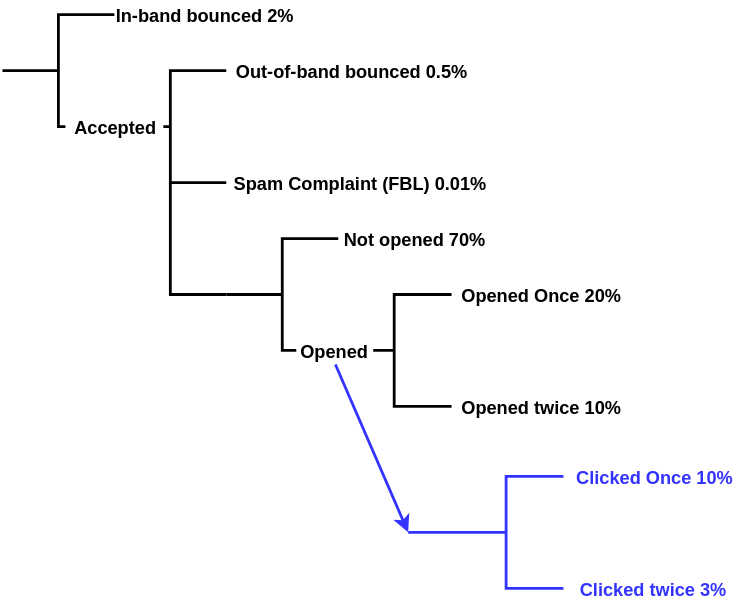
This is bouncy-sink-statistical-model.svg from SparkPost/bouncy-sink, a draw.io export, as it was before one commit. Source tidied: cells renumbered, new cells last; positions are measured from the earlier drawing's top-left corner, leaving out a move shared by most shapes. Its diagram source:
```xml
<mxGraphModel background="#ffffff">
  <root>
    <mxCell id="0" />
    <mxCell id="1" parent="0" />
    <mxCell id="2" style="strokeWidth=2;html=1;shape=mxgraph.flowchart.annotation_2;align=left;fontSize=13;fontStyle=1;" parent="1" vertex="1">
      <mxGeometry x="210" y="210" width="140" height="80" as="geometry" />
    </mxCell>
    <mxCell id="3" style="strokeWidth=2;html=1;shape=mxgraph.flowchart.annotation_2;align=left;fontSize=13;fontStyle=1;" parent="1" vertex="1">
      <mxGeometry y="10" width="80" height="80" as="geometry" />
    </mxCell>
    <mxCell id="4" style="strokeWidth=2;html=1;shape=mxgraph.flowchart.annotation_2;align=right;labelPosition=left;verticalLabelPosition=middle;verticalAlign=middle;fontSize=13;fontStyle=1;" parent="1" vertex="1">
      <mxGeometry x="80" y="50" width="80" height="80" as="geometry" />
    </mxCell>
    <mxCell id="5" value="&lt;span style=&quot;font-size: 13px;&quot;&gt;In-band bounced&amp;nbsp;&lt;/span&gt;2%" style="text;html=1;strokeColor=none;fillColor=none;align=center;verticalAlign=middle;whiteSpace=wrap;rounded=0;labelPosition=center;verticalLabelPosition=middle;fontSize=13;fontStyle=1;" parent="1" vertex="1">
      <mxGeometry x="80" width="130" height="20" as="geometry" />
    </mxCell>
    <mxCell id="6" style="endArrow=none;html=1;strokeWidth=2;fontSize=13;entryX=0.5;entryY=1;entryPerimeter=0;rounded=0;fontStyle=1;" parent="1" edge="1" target="4">
      <mxGeometry relative="1" as="geometry">
        <mxPoint x="120" y="210" as="sourcePoint" />
        <Array as="points">
          <mxPoint x="160" y="210" />
          <mxPoint x="120" y="210" />
        </Array>
      </mxGeometry>
    </mxCell>
    <mxCell id="7" value="Accepted" style="text;html=1;strokeColor=none;fillColor=#ffffff;align=center;verticalAlign=middle;whiteSpace=wrap;rounded=0;fontSize=13;fontStyle=1;" parent="1" vertex="1">
      <mxGeometry x="45" y="80" width="70" height="20" as="geometry" />
    </mxCell>
    <mxCell id="8" value="&lt;span style=&quot;font-size: 13px;&quot;&gt;Out-of-band bounced 0.5&lt;/span&gt;%" style="text;html=1;strokeColor=none;fillColor=none;align=center;verticalAlign=middle;whiteSpace=wrap;rounded=0;labelPosition=center;verticalLabelPosition=middle;fontSize=13;fontStyle=1;" parent="1" vertex="1">
      <mxGeometry x="160" y="40" width="180" height="20" as="geometry" />
    </mxCell>
    <mxCell id="9" value="&lt;span style=&quot;font-size: 13px;&quot;&gt;Spam Complaint (FBL) 0.01&lt;/span&gt;%" style="text;html=1;strokeColor=none;fillColor=none;align=center;verticalAlign=middle;whiteSpace=wrap;rounded=0;labelPosition=center;verticalLabelPosition=middle;fontSize=13;fontStyle=1;" parent="1" vertex="1">
      <mxGeometry x="160" y="120" width="190" height="20" as="geometry" />
    </mxCell>
    <mxCell id="10" style="strokeWidth=2;html=1;shape=mxgraph.flowchart.annotation_2;align=left;fontSize=13;fontStyle=1;" parent="1" vertex="1">
      <mxGeometry x="160" y="170" width="80" height="80" as="geometry" />
    </mxCell>
    <mxCell id="11" value="Opened Once 20%" style="text;html=1;strokeColor=none;fillColor=#ffffff;align=center;verticalAlign=middle;whiteSpace=wrap;rounded=0;fontSize=13;fontStyle=1;" parent="1" vertex="1">
      <mxGeometry x="321" y="200" width="129" height="20" as="geometry" />
    </mxCell>
    <mxCell id="12" value="Not opened 70%" style="text;html=1;strokeColor=none;fillColor=none;align=center;verticalAlign=middle;whiteSpace=wrap;rounded=0;labelPosition=center;verticalLabelPosition=middle;fontSize=13;fontStyle=1;" parent="1" vertex="1">
      <mxGeometry x="240" y="160" width="110" height="20" as="geometry" />
    </mxCell>
    <mxCell id="13" value="Opened twice 10%&lt;br&gt;" style="text;html=1;strokeColor=none;fillColor=#ffffff;align=center;verticalAlign=middle;whiteSpace=wrap;rounded=0;fontSize=13;fontStyle=1;" parent="1" vertex="1">
      <mxGeometry x="321" y="280" width="129" height="20" as="geometry" />
    </mxCell>
    <mxCell id="14" value="Opened&lt;br&gt;" style="text;html=1;strokeColor=none;fillColor=#ffffff;align=center;verticalAlign=middle;whiteSpace=wrap;rounded=0;fontSize=13;fontStyle=1;" parent="1" vertex="1">
      <mxGeometry x="210" y="240" width="55" height="20" as="geometry" />
    </mxCell>
    <mxCell id="15" style="strokeWidth=2;html=1;shape=mxgraph.flowchart.annotation_2;align=left;fontSize=13;strokeColor=#3333FF;fontStyle=1;" parent="1" vertex="1">
      <mxGeometry x="290" y="340" width="140" height="80" as="geometry" />
    </mxCell>
    <mxCell id="16" value="Clicked Once 10%" style="text;html=1;strokeColor=none;fillColor=#ffffff;align=center;verticalAlign=middle;whiteSpace=wrap;rounded=0;fontSize=13;fontColor=#3333FF;fontStyle=1;" parent="1" vertex="1">
      <mxGeometry x="401" y="330" width="129" height="20" as="geometry" />
    </mxCell>
    <mxCell id="17" value="Clicked twice 3%&lt;br&gt;" style="text;html=1;strokeColor=none;fillColor=#ffffff;align=center;verticalAlign=middle;whiteSpace=wrap;rounded=0;fontSize=13;fontColor=#3333FF;fontStyle=1;" parent="1" vertex="1">
      <mxGeometry x="401" y="410" width="129" height="20" as="geometry" />
    </mxCell>
    <mxCell id="18" style="endArrow=classic;html=1;strokeWidth=2;fontSize=13;exitX=0.5;exitY=1;entryX=0;entryY=0.5;entryPerimeter=0;strokeColor=#3333FF;fontStyle=1;" parent="1" edge="1" source="14" target="15">
      <mxGeometry relative="1" as="geometry" />
    </mxCell>
  </root>
</mxGraphModel>
```
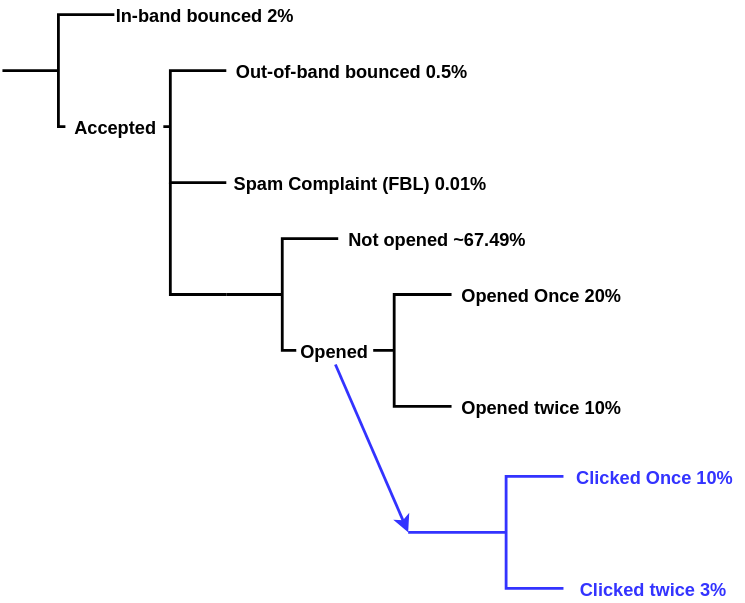
The same diagram one commit later.

The edit, as a diff of the source:
```diff
@@ -1,4 +1,4 @@
-<mxGraphModel background="#ffffff">
+<mxGraphModel>
   <root>
     <mxCell id="0" />
     <mxCell id="1" parent="0" />
@@ -38,8 +38,8 @@
     <mxCell id="11" value="Opened Once 20%" style="text;html=1;strokeColor=none;fillColor=#ffffff;align=center;verticalAlign=middle;whiteSpace=wrap;rounded=0;fontSize=13;fontStyle=1;" parent="1" vertex="1">
       <mxGeometry x="321" y="200" width="129" height="20" as="geometry" />
     </mxCell>
-    <mxCell id="12" value="Not opened 70%" style="text;html=1;strokeColor=none;fillColor=none;align=center;verticalAlign=middle;whiteSpace=wrap;rounded=0;labelPosition=center;verticalLabelPosition=middle;fontSize=13;fontStyle=1;" parent="1" vertex="1">
-      <mxGeometry x="240" y="160" width="110" height="20" as="geometry" />
+    <mxCell id="12" value="Not opened ~67.49%" style="text;html=1;strokeColor=none;fillColor=none;align=center;verticalAlign=middle;whiteSpace=wrap;rounded=0;labelPosition=center;verticalLabelPosition=middle;fontSize=13;fontStyle=1;" parent="1" vertex="1">
+      <mxGeometry x="240" y="160" width="140" height="20" as="geometry" />
     </mxCell>
     <mxCell id="13" value="Opened twice 10%&lt;br&gt;" style="text;html=1;strokeColor=none;fillColor=#ffffff;align=center;verticalAlign=middle;whiteSpace=wrap;rounded=0;fontSize=13;fontStyle=1;" parent="1" vertex="1">
       <mxGeometry x="321" y="280" width="129" height="20" as="geometry" />
```
